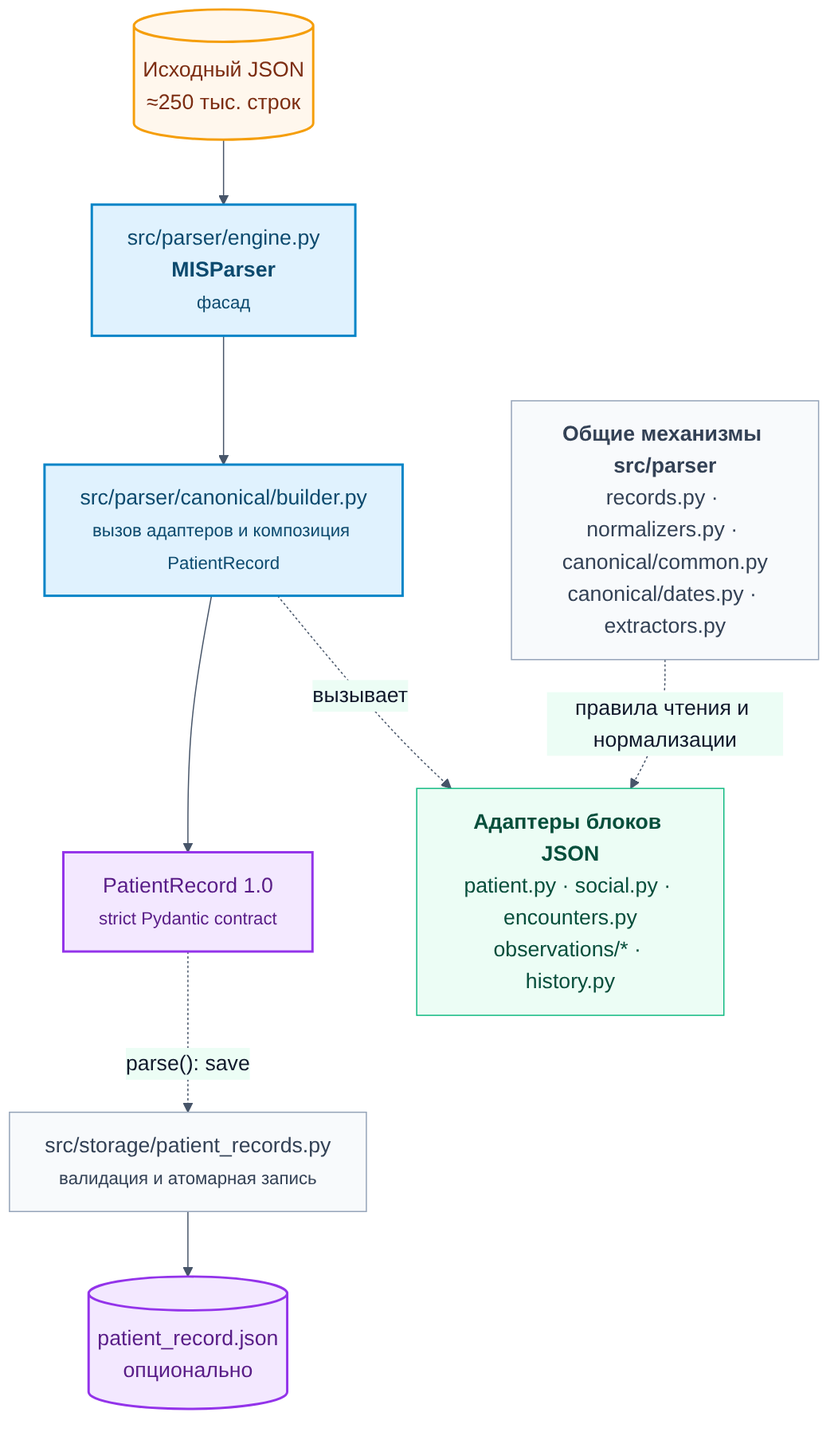
Earlier version of the Mermaid export docs/diagrams/rendered/parser-components.png (rsul07/MISDash). Its source is kept beside it as docs/diagrams/src/parser-components.mmd.
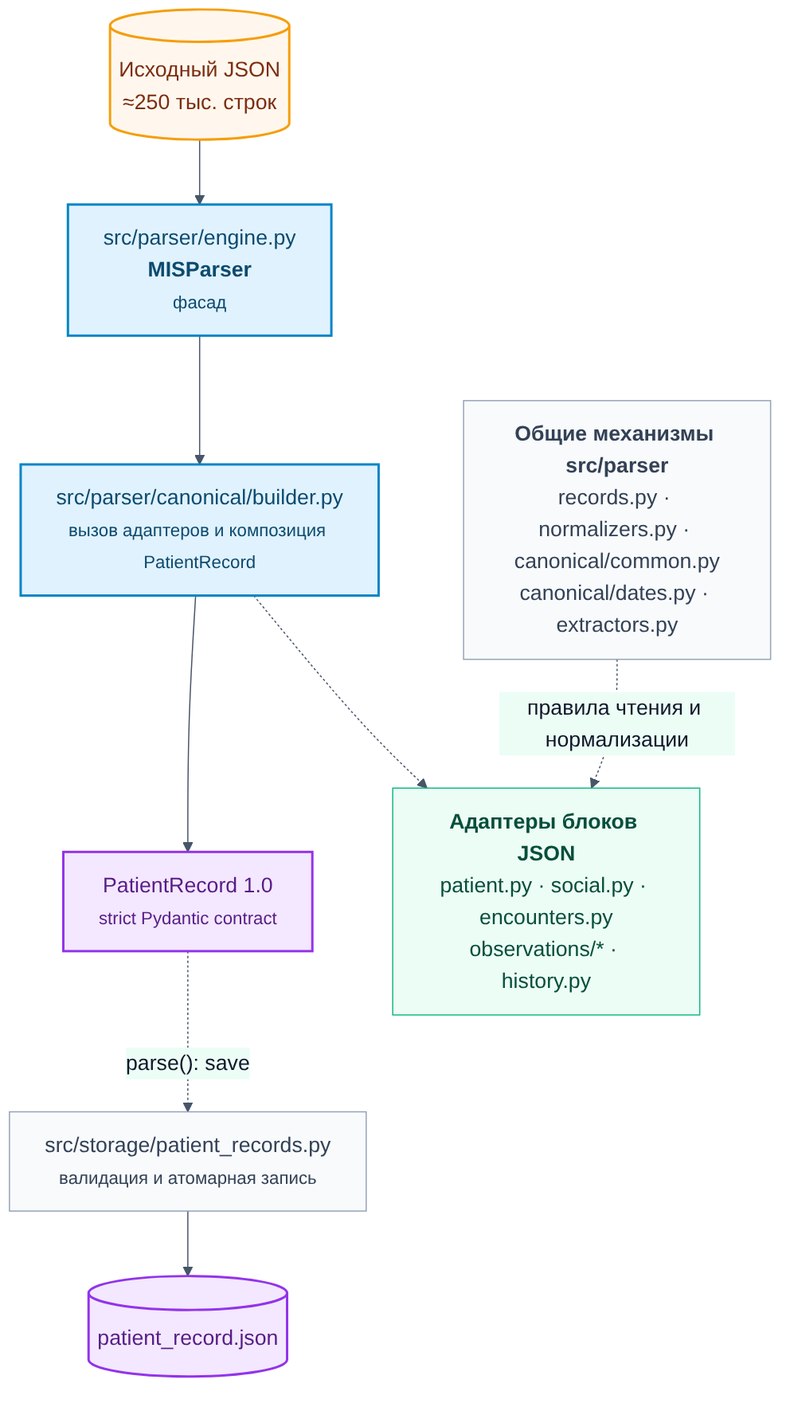
After the commit.

Diff of the diagram source:
```diff
@@ -8,10 +8,10 @@
 
     contract["PatientRecord 1.0<br/><small>strict Pydantic contract</small>"]
     storage_module["src/storage/patient_records.py<br/><small>валидация и атомарная запись</small>"]
-    storage[(patient_record.json<br/>опционально)]
+    storage[(patient_record.json)]
 
     raw --> engine --> builder --> contract
-    builder -. "вызывает" .-> adapters
+    builder -.-> adapters
     support -. "правила чтения и нормализации" .-> adapters
     contract -. "parse(): save" .-> storage_module --> storage
 
```
